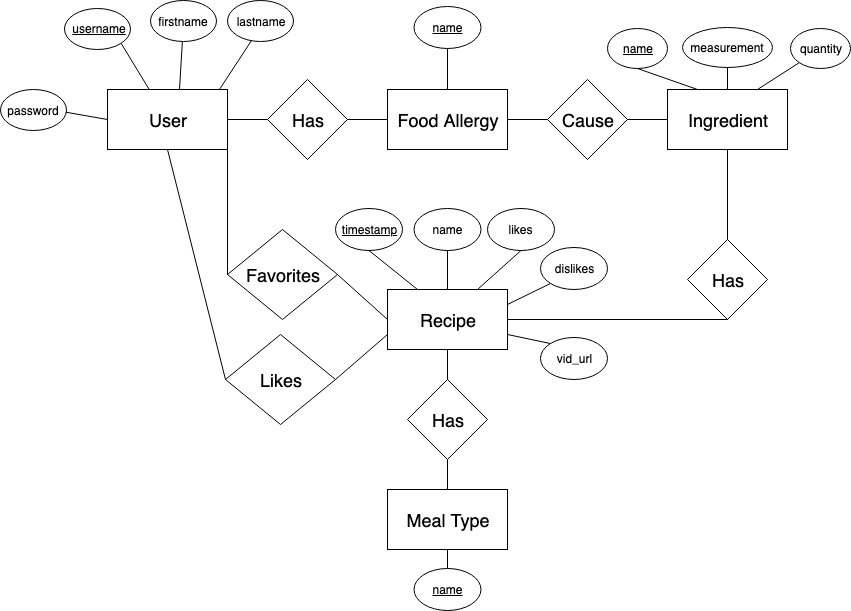
CS157A-Team18/CS157A-Team18 keeps this draw.io diagram as images/ERModel.png. Above is the earlier version. Source tidied: cells renumbered, new cells last; positions are measured from the earlier drawing's top-left corner, leaving out a move shared by most shapes. Source of this version:
```xml
<mxGraphModel>
  <root>
    <mxCell id="0" />
    <mxCell id="1" parent="0" />
    <mxCell id="2" value="&lt;font style=&quot;font-size: 18px&quot;&gt;User&lt;/font&gt;" style="rounded=0;whiteSpace=wrap;html=1;" parent="1" vertex="1">
      <mxGeometry x="107" y="89" width="120" height="60" as="geometry" />
    </mxCell>
    <mxCell id="3" value="&lt;font style=&quot;font-size: 18px&quot;&gt;Food Allergy&lt;/font&gt;" style="rounded=0;whiteSpace=wrap;html=1;" parent="1" vertex="1">
      <mxGeometry x="387" y="89" width="120" height="60" as="geometry" />
    </mxCell>
    <mxCell id="4" value="&lt;font style=&quot;font-size: 18px&quot;&gt;Ingredient&lt;/font&gt;" style="rounded=0;whiteSpace=wrap;html=1;" parent="1" vertex="1">
      <mxGeometry x="667" y="89" width="120" height="60" as="geometry" />
    </mxCell>
    <mxCell id="5" value="&lt;font style=&quot;font-size: 18px&quot;&gt;Recipe&lt;/font&gt;" style="rounded=0;whiteSpace=wrap;html=1;" parent="1" vertex="1">
      <mxGeometry x="387" y="289" width="120" height="60" as="geometry" />
    </mxCell>
    <mxCell id="6" value="&lt;font style=&quot;font-size: 18px&quot;&gt;Meal Type&lt;/font&gt;" style="rounded=0;whiteSpace=wrap;html=1;" parent="1" vertex="1">
      <mxGeometry x="387" y="489" width="120" height="60" as="geometry" />
    </mxCell>
    <mxCell id="7" value="&lt;font style=&quot;font-size: 18px&quot;&gt;Has&lt;/font&gt;" style="rhombus;whiteSpace=wrap;html=1;" parent="1" vertex="1">
      <mxGeometry x="267" y="79" width="80" height="80" as="geometry" />
    </mxCell>
    <mxCell id="8" style="endArrow=none;html=1;exitX=1;exitY=0.5;exitDx=0;exitDy=0;entryX=0;entryY=0.5;entryDx=0;entryDy=0;" parent="1" edge="1" source="2" target="7">
      <mxGeometry relative="1" as="geometry" />
    </mxCell>
    <mxCell id="9" style="endArrow=none;html=1;exitX=1;exitY=0.5;exitDx=0;exitDy=0;entryX=0;entryY=0.5;entryDx=0;entryDy=0;" parent="1" edge="1" source="7" target="3">
      <mxGeometry relative="1" as="geometry" />
    </mxCell>
    <mxCell id="10" value="&lt;font style=&quot;font-size: 18px&quot;&gt;Cause&lt;/font&gt;" style="rhombus;whiteSpace=wrap;html=1;" parent="1" vertex="1">
      <mxGeometry x="547" y="79" width="80" height="80" as="geometry" />
    </mxCell>
    <mxCell id="11" style="endArrow=none;html=1;exitX=1;exitY=0.5;exitDx=0;exitDy=0;entryX=0;entryY=0.5;entryDx=0;entryDy=0;" parent="1" edge="1" source="3" target="10">
      <mxGeometry relative="1" as="geometry" />
    </mxCell>
    <mxCell id="12" style="endArrow=none;html=1;exitX=1;exitY=0.5;exitDx=0;exitDy=0;entryX=0;entryY=0.5;entryDx=0;entryDy=0;" parent="1" edge="1" source="10" target="4">
      <mxGeometry relative="1" as="geometry" />
    </mxCell>
    <mxCell id="13" value="&lt;font style=&quot;font-size: 18px&quot;&gt;Has&lt;/font&gt;" style="rhombus;whiteSpace=wrap;html=1;" parent="1" vertex="1">
      <mxGeometry x="687" y="239" width="80" height="80" as="geometry" />
    </mxCell>
    <mxCell id="14" style="endArrow=none;html=1;exitX=0.5;exitY=1;exitDx=0;exitDy=0;entryX=0.5;entryY=0;entryDx=0;entryDy=0;" parent="1" edge="1" source="4" target="13">
      <mxGeometry relative="1" as="geometry" />
    </mxCell>
    <mxCell id="15" style="endArrow=none;html=1;exitX=0.5;exitY=1;exitDx=0;exitDy=0;entryX=1;entryY=0.5;entryDx=0;entryDy=0;" parent="1" edge="1" source="13" target="5">
      <mxGeometry relative="1" as="geometry" />
    </mxCell>
    <mxCell id="16" value="&lt;font style=&quot;font-size: 18px&quot;&gt;Favorites&lt;/font&gt;" style="rhombus;whiteSpace=wrap;html=1;" parent="1" vertex="1">
      <mxGeometry x="227" y="229" width="110" height="90" as="geometry" />
    </mxCell>
    <mxCell id="17" value="&lt;font style=&quot;font-size: 18px&quot;&gt;Likes&lt;/font&gt;" style="rhombus;whiteSpace=wrap;html=1;" parent="1" vertex="1">
      <mxGeometry x="225" y="334" width="110" height="90" as="geometry" />
    </mxCell>
    <mxCell id="18" style="endArrow=none;html=1;exitX=1;exitY=0.75;exitDx=0;exitDy=0;entryX=0;entryY=0.5;entryDx=0;entryDy=0;" parent="1" edge="1" source="2" target="16">
      <mxGeometry relative="1" as="geometry" />
    </mxCell>
    <mxCell id="19" style="endArrow=none;html=1;exitX=1;exitY=0.5;exitDx=0;exitDy=0;entryX=0;entryY=0.5;entryDx=0;entryDy=0;" parent="1" edge="1" source="16" target="5">
      <mxGeometry relative="1" as="geometry" />
    </mxCell>
    <mxCell id="20" style="endArrow=none;html=1;exitX=0.5;exitY=1;exitDx=0;exitDy=0;entryX=0;entryY=0.5;entryDx=0;entryDy=0;" parent="1" edge="1" source="2" target="17">
      <mxGeometry relative="1" as="geometry" />
    </mxCell>
    <mxCell id="21" style="endArrow=none;html=1;exitX=1;exitY=0.5;exitDx=0;exitDy=0;entryX=0;entryY=0.75;entryDx=0;entryDy=0;" parent="1" edge="1" source="17" target="5">
      <mxGeometry relative="1" as="geometry" />
    </mxCell>
    <mxCell id="22" value="&lt;font style=&quot;font-size: 18px&quot;&gt;Has&lt;/font&gt;" style="rhombus;whiteSpace=wrap;html=1;" parent="1" vertex="1">
      <mxGeometry x="407" y="379" width="80" height="80" as="geometry" />
    </mxCell>
    <mxCell id="23" style="endArrow=none;html=1;exitX=0.5;exitY=1;exitDx=0;exitDy=0;entryX=0.5;entryY=0;entryDx=0;entryDy=0;" parent="1" edge="1" source="5" target="22">
      <mxGeometry relative="1" as="geometry" />
    </mxCell>
    <mxCell id="24" style="endArrow=none;html=1;exitX=0.5;exitY=1;exitDx=0;exitDy=0;entryX=0.5;entryY=0;entryDx=0;entryDy=0;" parent="1" edge="1" source="22" target="6">
      <mxGeometry relative="1" as="geometry" />
    </mxCell>
    <mxCell id="25" value="&lt;u&gt;name&lt;/u&gt;" style="ellipse;whiteSpace=wrap;html=1;" parent="1" vertex="1">
      <mxGeometry x="607" y="28" width="60" height="40" as="geometry" />
    </mxCell>
    <mxCell id="26" value="quantity" style="ellipse;whiteSpace=wrap;html=1;" parent="1" vertex="1">
      <mxGeometry x="790" y="28" width="60" height="40" as="geometry" />
    </mxCell>
    <mxCell id="27" value="measurement" style="ellipse;whiteSpace=wrap;html=1;" parent="1" vertex="1">
      <mxGeometry x="682" y="27" width="90" height="40" as="geometry" />
    </mxCell>
    <mxCell id="28" style="endArrow=none;html=1;entryX=0.5;entryY=1;entryDx=0;entryDy=0;exitX=0.5;exitY=0;exitDx=0;exitDy=0;" parent="1" edge="1" source="4" target="27">
      <mxGeometry relative="1" as="geometry" />
    </mxCell>
    <mxCell id="29" style="endArrow=none;html=1;exitX=1;exitY=1;exitDx=0;exitDy=0;" parent="1" edge="1" source="30" target="2">
      <mxGeometry relative="1" as="geometry" />
    </mxCell>
    <mxCell id="30" style="ellipse;whiteSpace=wrap;html=1;" parent="1" vertex="1">
      <mxGeometry x="64" y="8" width="66" height="41" as="geometry" />
    </mxCell>
    <mxCell id="31" value="&lt;u&gt;username&lt;/u&gt;" style="text;html=1;strokeColor=none;fillColor=none;align=center;verticalAlign=middle;whiteSpace=wrap;rounded=0;" parent="1" vertex="1">
      <mxGeometry x="79" y="18" width="40" height="20" as="geometry" />
    </mxCell>
    <mxCell id="32" style="endArrow=none;html=1;entryX=0.5;entryY=0;entryDx=0;entryDy=0;" parent="1" edge="1">
      <mxGeometry relative="1" as="geometry">
        <mxPoint x="182" y="39" as="sourcePoint" />
        <mxPoint x="179" y="89" as="targetPoint" />
      </mxGeometry>
    </mxCell>
    <mxCell id="33" style="ellipse;whiteSpace=wrap;html=1;" parent="1" vertex="1">
      <mxGeometry x="150" width="66" height="41" as="geometry" />
    </mxCell>
    <mxCell id="34" value="firstname" style="text;html=1;strokeColor=none;fillColor=none;align=center;verticalAlign=middle;whiteSpace=wrap;rounded=0;" parent="1" vertex="1">
      <mxGeometry x="163" y="10.5" width="40" height="20" as="geometry" />
    </mxCell>
    <mxCell id="35" style="endArrow=none;html=1;exitX=0.364;exitY=0.976;exitDx=0;exitDy=0;exitPerimeter=0;entryX=0.933;entryY=0;entryDx=0;entryDy=0;entryPerimeter=0;" parent="1" edge="1" source="36" target="2">
      <mxGeometry relative="1" as="geometry" />
    </mxCell>
    <mxCell id="36" style="ellipse;whiteSpace=wrap;html=1;" parent="1" vertex="1">
      <mxGeometry x="227" width="66" height="41" as="geometry" />
    </mxCell>
    <mxCell id="37" value="lastname" style="text;html=1;strokeColor=none;fillColor=none;align=center;verticalAlign=middle;whiteSpace=wrap;rounded=0;" parent="1" vertex="1">
      <mxGeometry x="240" y="10.5" width="40" height="20" as="geometry" />
    </mxCell>
    <mxCell id="38" style="endArrow=none;html=1;exitX=0;exitY=0.5;exitDx=0;exitDy=0;" parent="1" edge="1" source="2">
      <mxGeometry relative="1" as="geometry">
        <mxPoint x="50" y="109" as="targetPoint" />
      </mxGeometry>
    </mxCell>
    <mxCell id="39" style="ellipse;whiteSpace=wrap;html=1;" parent="1" vertex="1">
      <mxGeometry y="89" width="66" height="41" as="geometry" />
    </mxCell>
    <mxCell id="40" value="password" style="text;html=1;strokeColor=none;fillColor=none;align=center;verticalAlign=middle;whiteSpace=wrap;rounded=0;" parent="1" vertex="1">
      <mxGeometry x="13" y="99.5" width="40" height="20" as="geometry" />
    </mxCell>
    <mxCell id="41" style="endArrow=none;html=1;exitX=0.5;exitY=1;exitDx=0;exitDy=0;entryX=0.5;entryY=0;entryDx=0;entryDy=0;" parent="1" edge="1" source="44" target="3">
      <mxGeometry relative="1" as="geometry" />
    </mxCell>
    <mxCell id="42" style="endArrow=none;html=1;exitX=0.25;exitY=0;exitDx=0;exitDy=0;entryX=0.5;entryY=1;entryDx=0;entryDy=0;" parent="1" edge="1" source="4" target="25">
      <mxGeometry relative="1" as="geometry" />
    </mxCell>
    <mxCell id="43" style="endArrow=none;html=1;entryX=0;entryY=1;entryDx=0;entryDy=0;exitX=0.75;exitY=0;exitDx=0;exitDy=0;" parent="1" edge="1" source="4" target="26">
      <mxGeometry relative="1" as="geometry" />
    </mxCell>
    <mxCell id="44" value="&lt;u&gt;name&lt;/u&gt;" style="ellipse;whiteSpace=wrap;html=1;" parent="1" vertex="1">
      <mxGeometry x="413.5" y="6" width="67" height="42" as="geometry" />
    </mxCell>
    <mxCell id="45" value="&lt;u&gt;timestamp&lt;/u&gt;" style="ellipse;whiteSpace=wrap;html=1;" parent="1" vertex="1">
      <mxGeometry x="335" y="208" width="67" height="42" as="geometry" />
    </mxCell>
    <mxCell id="46" style="endArrow=none;html=1;exitX=0.5;exitY=1;exitDx=0;exitDy=0;entryX=0.25;entryY=0;entryDx=0;entryDy=0;" parent="1" edge="1" source="45" target="5">
      <mxGeometry relative="1" as="geometry" />
    </mxCell>
    <mxCell id="47" value="name" style="ellipse;whiteSpace=wrap;html=1;" parent="1" vertex="1">
      <mxGeometry x="413.5" y="208" width="67" height="42" as="geometry" />
    </mxCell>
    <mxCell id="48" style="endArrow=none;html=1;exitX=0.5;exitY=0;exitDx=0;exitDy=0;entryX=0.5;entryY=1;entryDx=0;entryDy=0;" parent="1" edge="1" source="5" target="47">
      <mxGeometry relative="1" as="geometry" />
    </mxCell>
    <mxCell id="49" value="likes" style="ellipse;whiteSpace=wrap;html=1;" parent="1" vertex="1">
      <mxGeometry x="487" y="208" width="67" height="42" as="geometry" />
    </mxCell>
    <mxCell id="50" style="endArrow=none;html=1;exitX=0.75;exitY=0;exitDx=0;exitDy=0;entryX=0.5;entryY=1;entryDx=0;entryDy=0;" parent="1" edge="1" source="5" target="49">
      <mxGeometry relative="1" as="geometry" />
    </mxCell>
    <mxCell id="51" value="dislikes" style="ellipse;whiteSpace=wrap;html=1;" parent="1" vertex="1">
      <mxGeometry x="540" y="247" width="67" height="42" as="geometry" />
    </mxCell>
    <mxCell id="52" style="endArrow=none;html=1;exitX=1;exitY=0.25;exitDx=0;exitDy=0;entryX=0;entryY=1;entryDx=0;entryDy=0;" parent="1" edge="1" source="5" target="51">
      <mxGeometry relative="1" as="geometry" />
    </mxCell>
    <mxCell id="53" value="vid_url" style="ellipse;whiteSpace=wrap;html=1;" parent="1" vertex="1">
      <mxGeometry x="540" y="337" width="67" height="42" as="geometry" />
    </mxCell>
    <mxCell id="54" style="endArrow=none;html=1;exitX=1;exitY=0.75;exitDx=0;exitDy=0;entryX=0;entryY=0;entryDx=0;entryDy=0;" parent="1" edge="1" source="5" target="53">
      <mxGeometry relative="1" as="geometry" />
    </mxCell>
    <mxCell id="55" value="&lt;u&gt;name&lt;/u&gt;" style="ellipse;whiteSpace=wrap;html=1;" parent="1" vertex="1">
      <mxGeometry x="413.5" y="568" width="67" height="42" as="geometry" />
    </mxCell>
    <mxCell id="56" style="endArrow=none;html=1;entryX=0.5;entryY=1;entryDx=0;entryDy=0;exitX=0.5;exitY=0;exitDx=0;exitDy=0;" parent="1" edge="1" source="55" target="6">
      <mxGeometry relative="1" as="geometry" />
    </mxCell>
  </root>
</mxGraphModel>
```
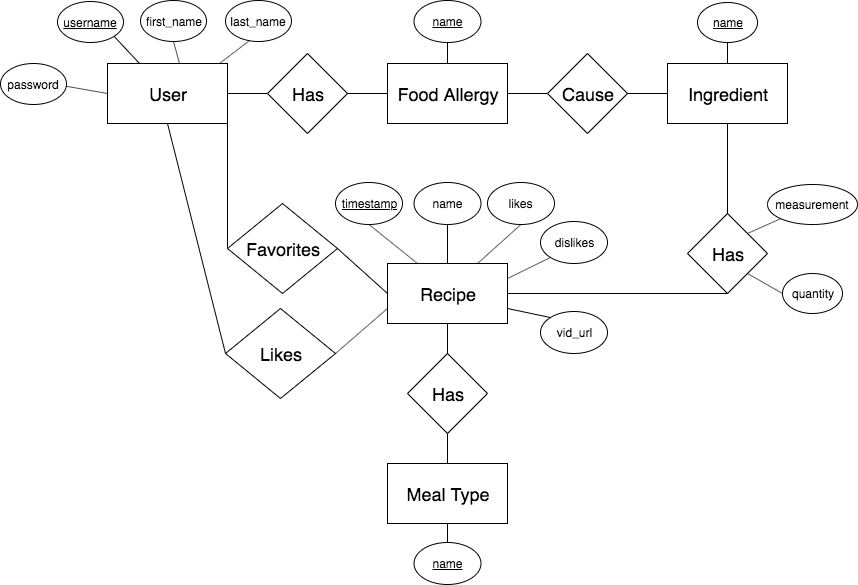
Later version of the same file.

Diff of the diagram source:
```diff
@@ -72,47 +72,37 @@
       <mxGeometry relative="1" as="geometry" />
     </mxCell>
     <mxCell id="25" value="&lt;u&gt;name&lt;/u&gt;" style="ellipse;whiteSpace=wrap;html=1;" parent="1" vertex="1">
-      <mxGeometry x="607" y="28" width="60" height="40" as="geometry" />
+      <mxGeometry x="697" y="28" width="60" height="40" as="geometry" />
     </mxCell>
     <mxCell id="26" value="quantity" style="ellipse;whiteSpace=wrap;html=1;" parent="1" vertex="1">
-      <mxGeometry x="790" y="28" width="60" height="40" as="geometry" />
+      <mxGeometry x="782" y="299" width="60" height="40" as="geometry" />
     </mxCell>
     <mxCell id="27" value="measurement" style="ellipse;whiteSpace=wrap;html=1;" parent="1" vertex="1">
-      <mxGeometry x="682" y="27" width="90" height="40" as="geometry" />
+      <mxGeometry x="767" y="210" width="90" height="40" as="geometry" />
     </mxCell>
-    <mxCell id="28" style="endArrow=none;html=1;entryX=0.5;entryY=1;entryDx=0;entryDy=0;exitX=0.5;exitY=0;exitDx=0;exitDy=0;" parent="1" edge="1" source="4" target="27">
+    <mxCell id="28" style="endArrow=none;html=1;entryX=0;entryY=1;entryDx=0;entryDy=0;exitX=1;exitY=0;exitDx=0;exitDy=0;" parent="1" edge="1" source="13" target="27">
       <mxGeometry relative="1" as="geometry" />
     </mxCell>
     <mxCell id="29" style="endArrow=none;html=1;exitX=1;exitY=1;exitDx=0;exitDy=0;" parent="1" edge="1" source="30" target="2">
       <mxGeometry relative="1" as="geometry" />
     </mxCell>
-    <mxCell id="30" style="ellipse;whiteSpace=wrap;html=1;" parent="1" vertex="1">
-      <mxGeometry x="64" y="8" width="66" height="41" as="geometry" />
+    <mxCell id="30" value="&lt;u&gt;username&lt;/u&gt;" style="ellipse;whiteSpace=wrap;html=1;" parent="1" vertex="1">
+      <mxGeometry x="57" y="27" width="66" height="41" as="geometry" />
     </mxCell>
-    <mxCell id="31" value="&lt;u&gt;username&lt;/u&gt;" style="text;html=1;strokeColor=none;fillColor=none;align=center;verticalAlign=middle;whiteSpace=wrap;rounded=0;" parent="1" vertex="1">
-      <mxGeometry x="79" y="18" width="40" height="20" as="geometry" />
-    </mxCell>
-    <mxCell id="32" style="endArrow=none;html=1;entryX=0.5;entryY=0;entryDx=0;entryDy=0;" parent="1" edge="1">
+    <mxCell id="32" style="endArrow=none;html=1;entryX=0.5;entryY=0;entryDx=0;entryDy=0;exitX=0.5;exitY=1;exitDx=0;exitDy=0;" parent="1" edge="1" source="33">
       <mxGeometry relative="1" as="geometry">
-        <mxPoint x="182" y="39" as="sourcePoint" />
         <mxPoint x="179" y="89" as="targetPoint" />
       </mxGeometry>
     </mxCell>
-    <mxCell id="33" style="ellipse;whiteSpace=wrap;html=1;" parent="1" vertex="1">
-      <mxGeometry x="150" width="66" height="41" as="geometry" />
+    <mxCell id="33" value="first_name" style="ellipse;whiteSpace=wrap;html=1;" parent="1" vertex="1">
+      <mxGeometry x="140" y="26" width="66" height="41" as="geometry" />
     </mxCell>
-    <mxCell id="34" value="firstname" style="text;html=1;strokeColor=none;fillColor=none;align=center;verticalAlign=middle;whiteSpace=wrap;rounded=0;" parent="1" vertex="1">
-      <mxGeometry x="163" y="10.5" width="40" height="20" as="geometry" />
-    </mxCell>
     <mxCell id="35" style="endArrow=none;html=1;exitX=0.364;exitY=0.976;exitDx=0;exitDy=0;exitPerimeter=0;entryX=0.933;entryY=0;entryDx=0;entryDy=0;entryPerimeter=0;" parent="1" edge="1" source="36" target="2">
       <mxGeometry relative="1" as="geometry" />
     </mxCell>
-    <mxCell id="36" style="ellipse;whiteSpace=wrap;html=1;" parent="1" vertex="1">
-      <mxGeometry x="227" width="66" height="41" as="geometry" />
+    <mxCell id="36" value="last_name" style="ellipse;whiteSpace=wrap;html=1;" parent="1" vertex="1">
+      <mxGeometry x="225" y="26" width="66" height="41" as="geometry" />
     </mxCell>
-    <mxCell id="37" value="lastname" style="text;html=1;strokeColor=none;fillColor=none;align=center;verticalAlign=middle;whiteSpace=wrap;rounded=0;" parent="1" vertex="1">
-      <mxGeometry x="240" y="10.5" width="40" height="20" as="geometry" />
-    </mxCell>
     <mxCell id="38" style="endArrow=none;html=1;exitX=0;exitY=0.5;exitDx=0;exitDy=0;" parent="1" edge="1" source="2">
       <mxGeometry relative="1" as="geometry">
         <mxPoint x="50" y="109" as="targetPoint" />
@@ -127,14 +117,14 @@
     <mxCell id="41" style="endArrow=none;html=1;exitX=0.5;exitY=1;exitDx=0;exitDy=0;entryX=0.5;entryY=0;entryDx=0;entryDy=0;" parent="1" edge="1" source="44" target="3">
       <mxGeometry relative="1" as="geometry" />
     </mxCell>
-    <mxCell id="42" style="endArrow=none;html=1;exitX=0.25;exitY=0;exitDx=0;exitDy=0;entryX=0.5;entryY=1;entryDx=0;entryDy=0;" parent="1" edge="1" source="4" target="25">
+    <mxCell id="42" style="endArrow=none;html=1;exitX=0.5;exitY=0;exitDx=0;exitDy=0;entryX=0.5;entryY=1;entryDx=0;entryDy=0;" parent="1" edge="1" source="4" target="25">
       <mxGeometry relative="1" as="geometry" />
     </mxCell>
-    <mxCell id="43" style="endArrow=none;html=1;entryX=0;entryY=1;entryDx=0;entryDy=0;exitX=0.75;exitY=0;exitDx=0;exitDy=0;" parent="1" edge="1" source="4" target="26">
+    <mxCell id="43" style="endArrow=none;html=1;entryX=0;entryY=0.5;entryDx=0;entryDy=0;exitX=1;exitY=1;exitDx=0;exitDy=0;" parent="1" edge="1" source="13" target="26">
       <mxGeometry relative="1" as="geometry" />
     </mxCell>
     <mxCell id="44" value="&lt;u&gt;name&lt;/u&gt;" style="ellipse;whiteSpace=wrap;html=1;" parent="1" vertex="1">
-      <mxGeometry x="413.5" y="6" width="67" height="42" as="geometry" />
+      <mxGeometry x="413.5" y="26" width="67" height="42" as="geometry" />
     </mxCell>
     <mxCell id="45" value="&lt;u&gt;timestamp&lt;/u&gt;" style="ellipse;whiteSpace=wrap;html=1;" parent="1" vertex="1">
       <mxGeometry x="335" y="208" width="67" height="42" as="geometry" />
```
